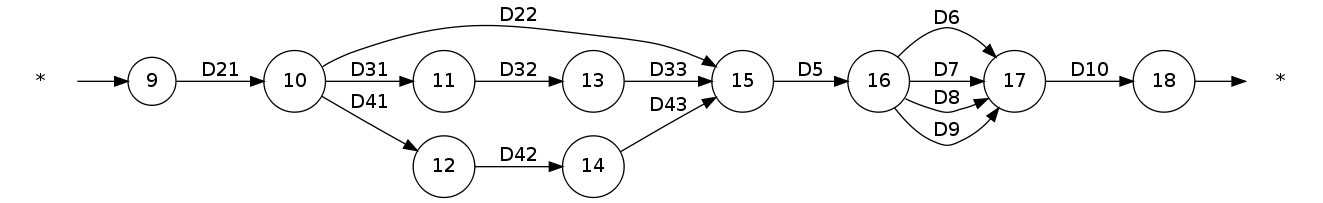
Before: Prácticas/P1/img/grafo_inicial_diseño.png, a diagram exported from Graphviz (srug86/pgsiesi). Its source is kept beside it as Prácticas/P1/img/grafo_inicial_diseño.dot. Source of this version:
```dot
digraph grafo_inicial {
	rankdir = LR;
	ast1 [label = "*", shape=plaintext]
	ast2 [label = "*", shape=plaintext]
	node [shape = circle];
	ast1 -> 9;
	9 -> 10 [label = "D21"];
	10 -> 15 [label = "D22"];
	10 -> 11 [label = "D31"];
	11 -> 13 [label = "D32"];
	13 -> 15 [label = "D33"];
	10 -> 12 [label = "D41"];
	12 -> 14 [label = "D42"];
	14 -> 15 [label = "D43"];
	15 -> 16 [label = "D5"];
	16 -> 17 [label = "D6"];
	16 -> 17 [label = "D7"];
	16 -> 17 [label = "D8"];
	16 -> 17 [label = "D9"];
	17 -> 18 [label = "D10"];
	18 -> ast2;
}
```
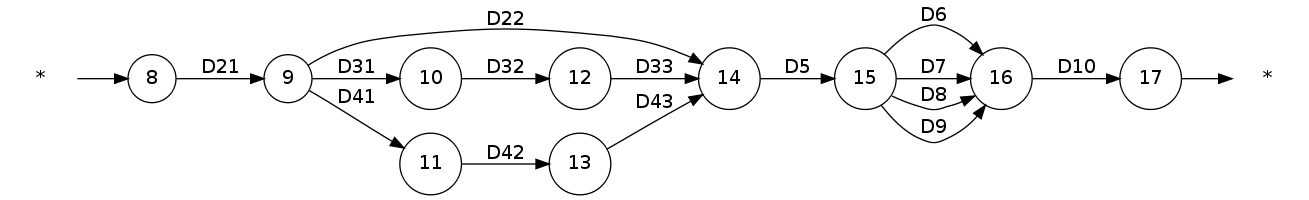
After the change.

Diff of the diagram source:
```diff
@@ -3,20 +3,20 @@
 	ast1 [label = "*", shape=plaintext]
 	ast2 [label = "*", shape=plaintext]
 	node [shape = circle];
-	ast1 -> 9;
-	9 -> 10 [label = "D21"];
-	10 -> 15 [label = "D22"];
-	10 -> 11 [label = "D31"];
-	11 -> 13 [label = "D32"];
-	13 -> 15 [label = "D33"];
-	10 -> 12 [label = "D41"];
-	12 -> 14 [label = "D42"];
-	14 -> 15 [label = "D43"];
-	15 -> 16 [label = "D5"];
-	16 -> 17 [label = "D6"];
-	16 -> 17 [label = "D7"];
-	16 -> 17 [label = "D8"];
-	16 -> 17 [label = "D9"];
-	17 -> 18 [label = "D10"];
-	18 -> ast2;
+	ast1 -> 8;
+	8 -> 9 [label = "D21"];
+	9 -> 14 [label = "D22"];
+	9 -> 10 [label = "D31"];
+	10 -> 12 [label = "D32"];
+	12 -> 14 [label = "D33"];
+	9 -> 11 [label = "D41"];
+	11 -> 13 [label = "D42"];
+	13 -> 14 [label = "D43"];
+	14 -> 15 [label = "D5"];
+	15 -> 16 [label = "D6"];
+	15 -> 16 [label = "D7"];
+	15 -> 16 [label = "D8"];
+	15 -> 16 [label = "D9"];
+	16 -> 17 [label = "D10"];
+	17 -> ast2;
 }
```
